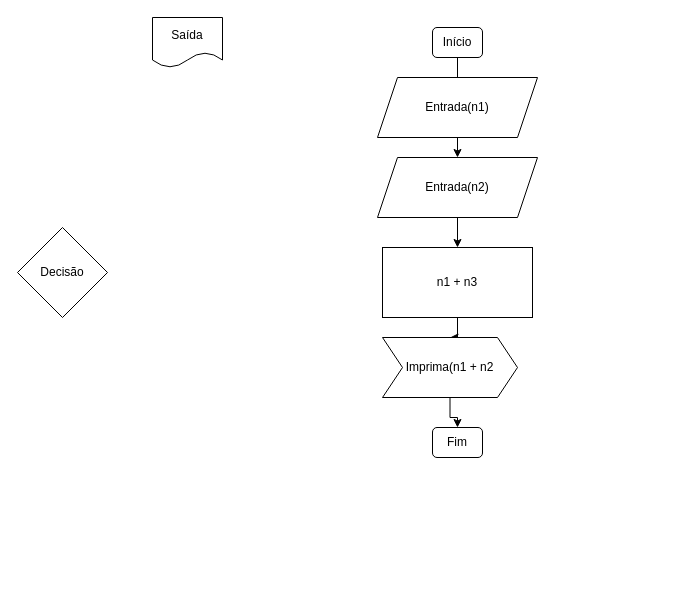
Before: src/aula01/Untitled Diagram.drawio in luizmottam/mdc118, a draw.io diagram. Source tidied: cells renumbered, new cells numbered last; positions are measured from the earlier drawing's top-left corner, leaving out a move shared by most shapes. Both pictures are drawn from the tidied source at 100%, with x=0, y=0 at pixel (17, 17).
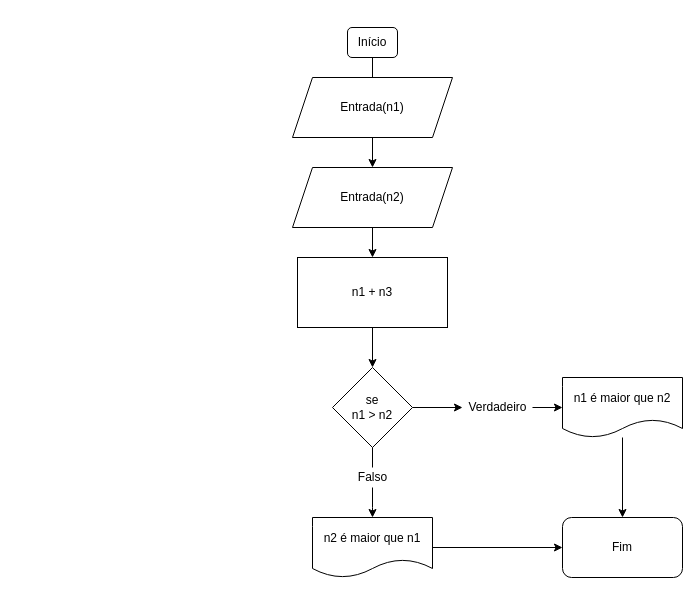
After the change.

Change to the diagram source:
```diff
@@
-    <mxCell id="2" style="edgeStyle=orthogonalEdgeStyle;rounded=0;jettySize=auto;html=1;" parent="1" edge="1" source="3" target="11">
+    <mxCell id="2" style="edgeStyle=orthogonalEdgeStyle;rounded=0;jettySize=auto;html=1;startArrow=none;" parent="1" edge="1" source="5" target="11">
       <mxGeometry relative="1" as="geometry" />
     </mxCell>
     <mxCell id="3" value="Início" style="rounded=1;whiteSpace=wrap;html=1;" parent="1" vertex="1">
-      <mxGeometry x="415" y="10" width="50" height="30" as="geometry" />
+      <mxGeometry x="330" y="10" width="50" height="30" as="geometry" />
     </mxCell>
-    <mxCell id="4" value="Fim" style="rounded=1;whiteSpace=wrap;html=1;" parent="1" vertex="1">
-      <mxGeometry x="415" y="410" width="50" height="30" as="geometry" />
-    </mxCell>
-    <mxCell id="5" value="Entrada(n1)" style="shape=parallelogram;perimeter=parallelogramPerimeter;whiteSpace=wrap;html=1;fixedSize=1;" parent="1" vertex="1">
-      <mxGeometry x="360" y="60" width="160" height="60" as="geometry" />
-    </mxCell>
-    <mxCell id="6" value="Saída" style="shape=document;whiteSpace=wrap;html=1;boundedLbl=1;" parent="1" vertex="1">
-      <mxGeometry x="135" width="70" height="50" as="geometry" />
-    </mxCell>
-    <mxCell id="7" style="edgeStyle=orthogonalEdgeStyle;rounded=0;jettySize=auto;html=1;" parent="1" edge="1" source="8" target="13">
-      <mxGeometry relative="1" as="geometry" />
-    </mxCell>
+    <mxCell id="14" style="edgeStyle=orthogonalEdgeStyle;rounded=0;jettySize=auto;html=1;" parent="1" edge="1" source="8" target="18">
+      <mxGeometry relative="1" as="geometry" />
+    </mxCell>
     <mxCell id="8" value="n1 + n3" style="rounded=0;whiteSpace=wrap;html=1;" parent="1" vertex="1">
-      <mxGeometry x="365" y="230" width="150" height="70" as="geometry" />
+      <mxGeometry x="280" y="240" width="150" height="70" as="geometry" />
     </mxCell>
-    <mxCell id="9" value="Decisão" style="rhombus;whiteSpace=wrap;html=1;" parent="1" vertex="1">
-      <mxGeometry y="210" width="90" height="90" as="geometry" />
-    </mxCell>
@@
     <mxCell id="11" value="Entrada(n2)" style="shape=parallelogram;perimeter=parallelogramPerimeter;whiteSpace=wrap;html=1;fixedSize=1;" parent="1" vertex="1">
-      <mxGeometry x="360" y="140" width="160" height="60" as="geometry" />
+      <mxGeometry x="275" y="150" width="160" height="60" as="geometry" />
     </mxCell>
-    <mxCell id="12" style="edgeStyle=orthogonalEdgeStyle;rounded=0;jettySize=auto;html=1;" parent="1" edge="1" source="13" target="4">
-      <mxGeometry relative="1" as="geometry" />
-    </mxCell>
-    <mxCell id="13" value="Imprima(n1 + n2" style="shape=step;perimeter=stepPerimeter;whiteSpace=wrap;html=1;fixedSize=1;" parent="1" vertex="1">
-      <mxGeometry x="365" y="320" width="135" height="60" as="geometry" />
-    </mxCell>
+    <mxCell id="5" value="Entrada(n1)" style="shape=parallelogram;perimeter=parallelogramPerimeter;whiteSpace=wrap;html=1;fixedSize=1;" parent="1" vertex="1">
+      <mxGeometry x="275" y="60" width="160" height="60" as="geometry" />
+    </mxCell>
+    <mxCell id="15" style="edgeStyle=orthogonalEdgeStyle;rounded=0;jettySize=auto;html=1;endArrow=none;" parent="1" edge="1" source="3" target="5">
+      <mxGeometry relative="1" as="geometry" />
+    </mxCell>
+    <mxCell id="16" style="edgeStyle=orthogonalEdgeStyle;rounded=0;jettySize=auto;html=1;entryX=0.5;entryY=0;entryDx=0;entryDy=0;startArrow=none;" parent="1" edge="1" source="19" target="26">
+      <mxGeometry relative="1" as="geometry">
+        <Array as="points">
+          <mxPoint x="355" y="490" />
+        </Array>
+      </mxGeometry>
+    </mxCell>
+    <mxCell id="17" style="edgeStyle=orthogonalEdgeStyle;rounded=0;jettySize=auto;html=1;" parent="1" edge="1" source="18" target="22">
+      <mxGeometry relative="1" as="geometry" />
+    </mxCell>
+    <mxCell id="18" value="se &lt;br&gt;n1 &amp;gt; n2" style="rhombus;whiteSpace=wrap;html=1;" parent="1" vertex="1">
+      <mxGeometry x="315" y="350" width="80" height="80" as="geometry" />
+    </mxCell>
+    <mxCell id="19" value="Falso" style="text;html=1;align=center;verticalAlign=middle;points=[];fillColor=none;strokeColor=none;rounded=0;" parent="1" vertex="1">
+      <mxGeometry x="335" y="450" width="40" height="20" as="geometry" />
+    </mxCell>
+    <mxCell id="20" style="edgeStyle=orthogonalEdgeStyle;rounded=0;jettySize=auto;html=1;entryX=0.5;entryY=0;entryDx=0;entryDy=0;endArrow=none;" parent="1" edge="1" source="18" target="19">
+      <mxGeometry relative="1" as="geometry">
+        <Array as="points">
+          <mxPoint x="355" y="450" />
+        </Array>
+      </mxGeometry>
+    </mxCell>
+    <mxCell id="21" style="edgeStyle=orthogonalEdgeStyle;rounded=0;jettySize=auto;html=1;" parent="1" edge="1" source="22" target="24">
+      <mxGeometry relative="1" as="geometry" />
+    </mxCell>
+    <mxCell id="22" value="Verdadeiro" style="text;html=1;align=center;verticalAlign=middle;points=[];fillColor=none;strokeColor=none;rounded=0;" parent="1" vertex="1">
+      <mxGeometry x="445" y="380" width="70" height="20" as="geometry" />
+    </mxCell>
+    <mxCell id="23" style="edgeStyle=orthogonalEdgeStyle;rounded=0;jettySize=auto;html=1;" parent="1" edge="1" source="24" target="4">
+      <mxGeometry relative="1" as="geometry" />
+    </mxCell>
+    <mxCell id="24" value="n1 é maior que n2" style="shape=document;whiteSpace=wrap;html=1;boundedLbl=1;" parent="1" vertex="1">
+      <mxGeometry x="545" y="360" width="120" height="60" as="geometry" />
+    </mxCell>
+    <mxCell id="25" style="edgeStyle=orthogonalEdgeStyle;rounded=0;jettySize=auto;html=1;" parent="1" edge="1" source="26" target="4">
+      <mxGeometry relative="1" as="geometry" />
+    </mxCell>
+    <mxCell id="26" value="n2 é maior que n1" style="shape=document;whiteSpace=wrap;html=1;boundedLbl=1;" parent="1" vertex="1">
+      <mxGeometry x="295" y="500" width="120" height="60" as="geometry" />
+    </mxCell>
+    <mxCell id="4" value="Fim" style="rounded=1;whiteSpace=wrap;html=1;" parent="1" vertex="1">
+      <mxGeometry x="545" y="500" width="120" height="60" as="geometry" />
+    </mxCell>
```
